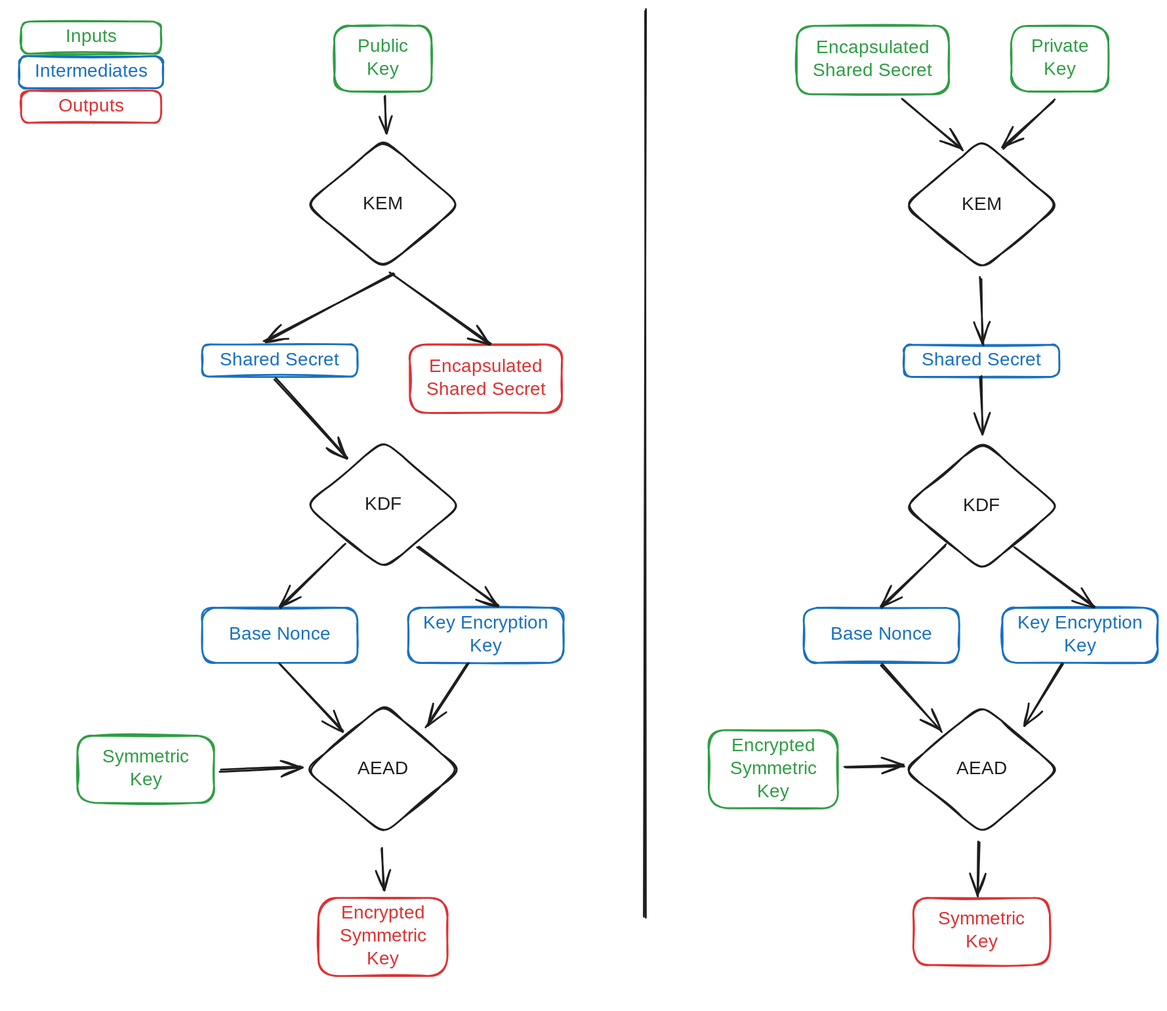
The Excalidraw diagram doc/media/RecordingControl/hpkeEncryption.excalidraw.svg in ocampana/specs, before a commit. Source tidied: one line per element, renumbered; positions are measured from the earlier drawing's top-left corner, leaving out a move shared by most shapes.
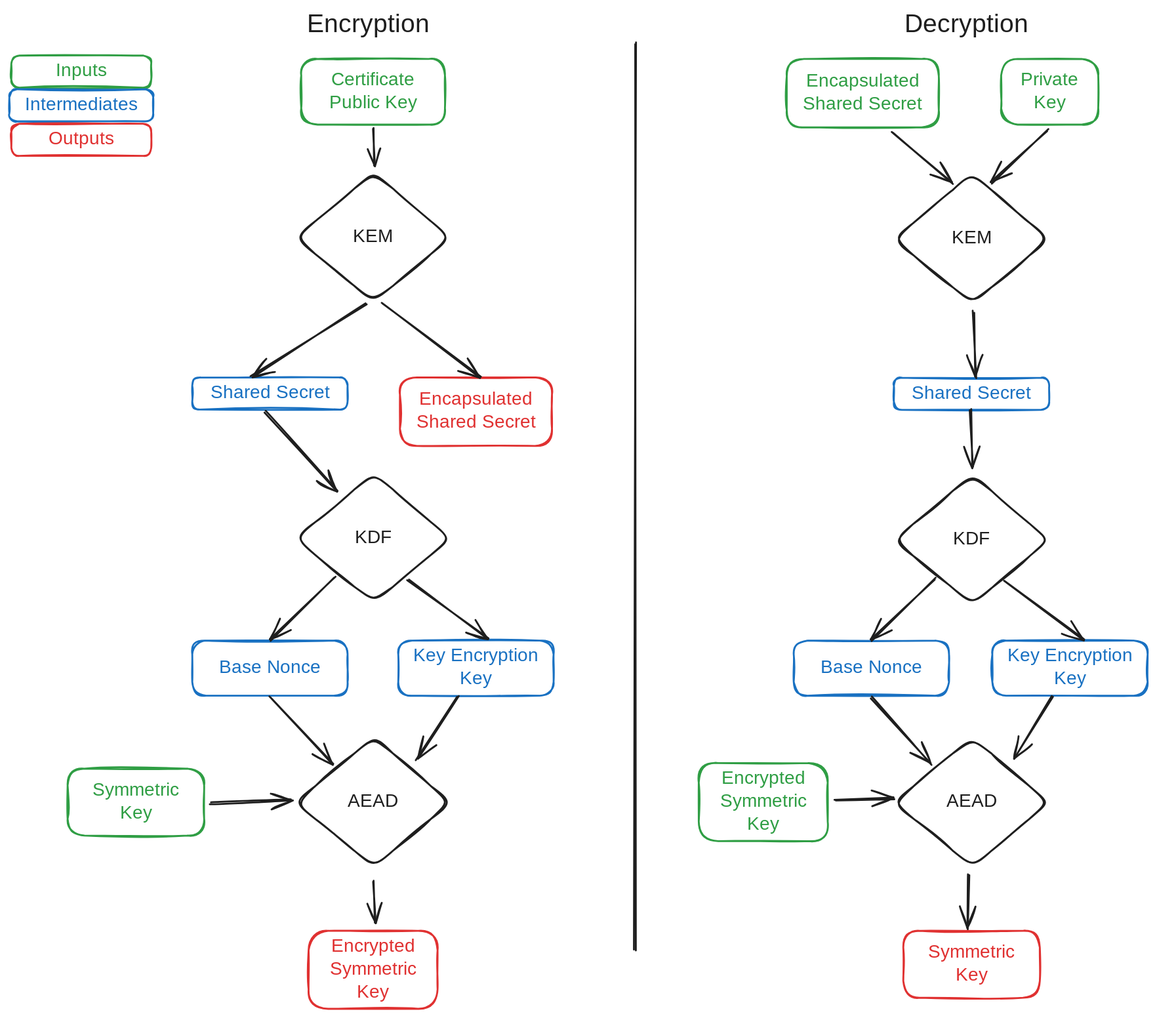
After the commit.

Commit message:
Clarifications on encryption diagram

Diff of the diagram source:
```diff
@@ -1,5 +1,5 @@
-{"id": 0, "type": "rectangle", "strokeColor": "#2f9e44", "strokeWidth": 2, "roughness": 1, "round": true, "x": 343, "y": 17, "width": 106, "height": 72}
+{"id": 0, "type": "rectangle", "strokeColor": "#2f9e44", "strokeWidth": 2, "roughness": 1, "round": true, "x": 318, "y": 17, "width": 157, "height": 72}
-{"id": 1, "type": "text", "text": "Public\nKey", "strokeColor": "#2f9e44", "strokeWidth": 2, "roughness": 1, "fontSize": 20, "fontFamily": 5, "textAlign": "center", "verticalAlign": "middle", "inside": 0, "x": 368, "y": 28, "width": 55, "height": 50}
+{"id": 1, "type": "text", "text": "Certificate\nPublic Key", "strokeColor": "#2f9e44", "strokeWidth": 2, "roughness": 1, "fontSize": 20, "fontFamily": 5, "textAlign": "center", "verticalAlign": "middle", "inside": 0, "x": 343, "y": 28, "width": 106, "height": 50}
 {"id": 2, "type": "rectangle", "strokeColor": "#e03131", "strokeWidth": 2, "roughness": 1, "round": true, "x": 425, "y": 364, "width": 166, "height": 75}
 {"id": 3, "type": "text", "text": "Encapsulated\nShared Secret", "strokeColor": "#e03131", "strokeWidth": 2, "roughness": 1, "fontSize": 20, "fontFamily": 5, "textAlign": "center", "verticalAlign": "middle", "inside": 2, "x": 440, "y": 376, "width": 137, "height": 50}
 {"id": 4, "type": "rectangle", "strokeColor": "#1971c2", "strokeWidth": 2, "roughness": 1, "round": true, "x": 199, "y": 364, "width": 169, "height": 35}
@@ -14,7 +14,7 @@
 {"id": 13, "type": "text", "text": "KEM", "strokeColor": "#1e1e1e", "strokeWidth": 2, "roughness": 1, "fontSize": 20, "fontFamily": 5, "textAlign": "center", "verticalAlign": "middle", "inside": 12, "x": 375, "y": 199, "width": 42, "height": 25}
 {"id": 14, "type": "diamond", "strokeColor": "#1e1e1e", "strokeWidth": 2, "roughness": 1, "round": true, "x": 312, "y": 468, "width": 169, "height": 141}
 {"id": 15, "type": "text", "text": "KDF", "strokeColor": "#1e1e1e", "strokeWidth": 2, "roughness": 1, "fontSize": 20, "fontFamily": 5, "textAlign": "center", "verticalAlign": "middle", "inside": 14, "x": 375, "y": 527, "width": 41, "height": 25}
-{"id": 16, "type": "arrow", "strokeColor": "#1e1e1e", "strokeWidth": 2, "roughness": 1, "endArrowhead": "arrow", "round": true, "from": 0, "to": 12, "x": 399, "y": 94, "width": 1, "height": 40, "points": [[0, 0], [1, 40]]}
+{"id": 16, "type": "arrow", "strokeColor": "#1e1e1e", "strokeWidth": 2, "roughness": 1, "endArrowhead": "arrow", "round": true, "from": 0, "to": 12, "x": 397, "y": 93, "width": 1, "height": 40, "points": [[0, 0], [1, 40]]}
 {"id": 17, "type": "arrow", "strokeColor": "#1e1e1e", "strokeWidth": 2, "roughness": 1, "endArrowhead": "arrow", "round": true, "from": 4, "to": 14, "x": 279, "y": 401, "width": 78, "height": 87, "points": [[0, 0], [78, 87]]}
 {"id": 18, "type": "rectangle", "strokeColor": "#1971c2", "strokeWidth": 2, "roughness": 1, "round": true, "x": 424, "y": 651, "width": 169, "height": 60}
 {"id": 19, "type": "text", "text": "Key Encryption\nKey", "strokeColor": "#1971c2", "strokeWidth": 2, "roughness": 1, "fontSize": 20, "fontFamily": 5, "textAlign": "center", "verticalAlign": "middle", "inside": 18, "x": 436, "y": 656, "width": 144, "height": 50}
@@ -24,32 +24,32 @@
 {"id": 23, "type": "arrow", "strokeColor": "#1e1e1e", "strokeWidth": 2, "roughness": 1, "endArrowhead": "arrow", "round": true, "from": 14, "to": 20, "x": 355, "y": 582, "width": 71, "height": 68, "points": [[0, 0], [-71, 68]]}
 {"id": 24, "type": "arrow", "strokeColor": "#1e1e1e", "strokeWidth": 2, "roughness": 1, "endArrowhead": "arrow", "round": true, "from": 18, "to": 10, "x": 488, "y": 711, "width": 45, "height": 69, "points": [[0, 0], [-45, 69]]}
 {"id": 25, "type": "arrow", "strokeColor": "#1e1e1e", "strokeWidth": 2, "roughness": 1, "endArrowhead": "arrow", "round": true, "from": 20, "to": 10, "x": 284, "y": 712, "width": 68, "height": 73, "points": [[0, 0], [68, 73]]}
-{"id": 26, "type": "arrow", "strokeColor": "#1e1e1e", "strokeWidth": 2, "roughness": 1, "endArrowhead": "arrow", "round": true, "from": 8, "to": 10, "x": 219, "y": 828, "width": 88, "height": 4, "points": [[0, 0], [88, -4]]}
+{"id": 26, "type": "arrow", "strokeColor": "#1e1e1e", "strokeWidth": 2, "roughness": 1, "endArrowhead": "arrow", "round": true, "from": 8, "to": 10, "x": 219, "y": 827, "width": 88, "height": 3, "points": [[0, 0], [88, -3]]}
-{"id": 27, "type": "arrow", "strokeColor": "#1e1e1e", "strokeWidth": 2, "roughness": 1, "endArrowhead": "arrow", "round": true, "from": 10, "to": 6, "x": 395, "y": 912, "width": 2, "height": 46, "points": [[0, 0], [2, 46]]}
+{"id": 27, "type": "arrow", "strokeColor": "#1e1e1e", "strokeWidth": 2, "roughness": 1, "endArrowhead": "arrow", "round": true, "from": 10, "to": 6, "x": 397, "y": 912, "width": 2, "height": 46, "points": [[0, 0], [2, 46]]}
-{"id": 28, "type": "arrow", "strokeColor": "#1e1e1e", "strokeWidth": 2, "roughness": 1, "endArrowhead": "arrow", "round": true, "from": 12, "to": 2, "x": 404, "y": 286, "width": 110, "height": 77, "points": [[0, 0], [110, 77]]}
+{"id": 28, "type": "arrow", "strokeColor": "#1e1e1e", "strokeWidth": 2, "roughness": 1, "endArrowhead": "arrow", "round": true, "from": 12, "to": 2, "x": 406, "y": 283, "width": 108, "height": 80, "points": [[0, 0], [108, 80]]}
-{"id": 29, "type": "arrow", "strokeColor": "#1e1e1e", "strokeWidth": 2, "roughness": 1, "endArrowhead": "arrow", "round": true, "from": 12, "to": 4, "x": 408, "y": 288, "width": 141, "height": 73, "points": [[0, 0], [-141, 73]]}
+{"id": 29, "type": "arrow", "strokeColor": "#1e1e1e", "strokeWidth": 2, "roughness": 1, "endArrowhead": "arrow", "round": true, "from": 12, "to": 4, "x": 389, "y": 284, "width": 125, "height": 79, "points": [[0, 0], [-125, 79]]}
 {"id": 30, "type": "line", "strokeColor": "#1e1e1e", "strokeWidth": 2, "roughness": 1, "round": true, "x": 682, "y": 0, "width": 0, "height": 988, "points": [[0, 0], [0, 988]]}
 {"id": 31, "type": "rectangle", "strokeColor": "#2f9e44", "strokeWidth": 2, "roughness": 1, "round": true, "x": 847, "y": 17, "width": 166, "height": 75}
 {"id": 32, "type": "text", "text": "Encapsulated\nShared Secret", "strokeColor": "#2f9e44", "strokeWidth": 2, "roughness": 1, "fontSize": 20, "fontFamily": 5, "textAlign": "center", "verticalAlign": "middle", "inside": 31, "x": 861, "y": 29, "width": 137, "height": 50}
 {"id": 33, "type": "rectangle", "strokeColor": "#2f9e44", "strokeWidth": 2, "roughness": 1, "round": true, "x": 1080, "y": 17, "width": 106, "height": 72}
 {"id": 34, "type": "text", "text": "Private\nKey", "strokeColor": "#2f9e44", "strokeWidth": 2, "roughness": 1, "fontSize": 20, "fontFamily": 5, "textAlign": "center", "verticalAlign": "middle", "inside": 33, "x": 1098, "y": 28, "width": 71, "height": 50}
-{"id": 35, "type": "diamond", "strokeColor": "#1e1e1e", "strokeWidth": 2, "roughness": 1, "round": true, "x": 964, "y": 141, "width": 169, "height": 141}
+{"id": 35, "type": "diamond", "strokeColor": "#1e1e1e", "strokeWidth": 2, "roughness": 1, "round": true, "x": 964, "y": 142, "width": 169, "height": 141}
 {"id": 36, "type": "text", "text": "KEM", "strokeColor": "#1e1e1e", "strokeWidth": 2, "roughness": 1, "fontSize": 20, "fontFamily": 5, "textAlign": "center", "verticalAlign": "middle", "inside": 35, "x": 1027, "y": 200, "width": 42, "height": 25}
-{"id": 37, "type": "arrow", "strokeColor": "#1e1e1e", "strokeWidth": 2, "roughness": 1, "endArrowhead": "arrow", "round": true, "from": 31, "to": 35, "x": 962, "y": 97, "width": 66, "height": 55, "points": [[0, 0], [66, 55]]}
+{"id": 37, "type": "arrow", "strokeColor": "#1e1e1e", "strokeWidth": 2, "roughness": 1, "endArrowhead": "arrow", "round": true, "from": 31, "to": 35, "x": 962, "y": 97, "width": 66, "height": 56, "points": [[0, 0], [66, 56]]}
-{"id": 38, "type": "arrow", "strokeColor": "#1e1e1e", "strokeWidth": 2, "roughness": 1, "endArrowhead": "arrow", "round": true, "from": 33, "to": 35, "x": 1127, "y": 98, "width": 55, "height": 53, "points": [[0, 0], [-55, 53]]}
+{"id": 38, "type": "arrow", "strokeColor": "#1e1e1e", "strokeWidth": 2, "roughness": 1, "endArrowhead": "arrow", "round": true, "from": 33, "to": 35, "x": 1132, "y": 94, "width": 61, "height": 58, "points": [[0, 0], [-61, 58]]}
 {"id": 39, "type": "rectangle", "strokeColor": "#1971c2", "strokeWidth": 2, "roughness": 1, "round": true, "x": 964, "y": 364, "width": 169, "height": 35}
 {"id": 40, "type": "text", "text": "Shared Secret", "strokeColor": "#1971c2", "strokeWidth": 2, "roughness": 1, "fontSize": 20, "fontFamily": 5, "textAlign": "center", "verticalAlign": "middle", "inside": 39, "x": 980, "y": 369, "width": 137, "height": 25}
-{"id": 41, "type": "arrow", "strokeColor": "#1e1e1e", "strokeWidth": 2, "roughness": 1, "endArrowhead": "arrow", "round": true, "from": 35, "to": 39, "x": 1047, "y": 291, "width": 3, "height": 73, "points": [[0, 0], [3, 73]]}
+{"id": 41, "type": "arrow", "strokeColor": "#1e1e1e", "strokeWidth": 2, "roughness": 1, "endArrowhead": "arrow", "round": true, "from": 35, "to": 39, "x": 1050, "y": 292, "width": 3, "height": 72, "points": [[0, 0], [3, 72]]}
 {"id": 42, "type": "diamond", "strokeColor": "#1e1e1e", "strokeWidth": 2, "roughness": 1, "round": true, "x": 964, "y": 756, "width": 169, "height": 141}
 {"id": 43, "type": "text", "text": "AEAD", "strokeColor": "#1e1e1e", "strokeWidth": 2, "roughness": 1, "fontSize": 20, "fontFamily": 5, "textAlign": "center", "verticalAlign": "middle", "inside": 42, "x": 1020, "y": 814, "width": 56, "height": 25}
-{"id": 44, "type": "diamond", "strokeColor": "#1e1e1e", "strokeWidth": 2, "roughness": 1, "round": true, "x": 964, "y": 469, "width": 169, "height": 141}
+{"id": 44, "type": "diamond", "strokeColor": "#1e1e1e", "strokeWidth": 2, "roughness": 1, "round": true, "x": 964, "y": 470, "width": 169, "height": 141}
-{"id": 45, "type": "text", "text": "KDF", "strokeColor": "#1e1e1e", "strokeWidth": 2, "roughness": 1, "fontSize": 20, "fontFamily": 5, "textAlign": "center", "verticalAlign": "middle", "inside": 44, "x": 1027, "y": 527, "width": 41, "height": 25}
+{"id": 45, "type": "text", "text": "KDF", "strokeColor": "#1e1e1e", "strokeWidth": 2, "roughness": 1, "fontSize": 20, "fontFamily": 5, "textAlign": "center", "verticalAlign": "middle", "inside": 44, "x": 1027, "y": 528, "width": 41, "height": 25}
 {"id": 46, "type": "rectangle", "strokeColor": "#1971c2", "strokeWidth": 2, "roughness": 1, "round": true, "x": 1071, "y": 651, "width": 169, "height": 60}
 {"id": 47, "type": "text", "text": "Key Encryption\nKey", "strokeColor": "#1971c2", "strokeWidth": 2, "roughness": 1, "fontSize": 20, "fontFamily": 5, "textAlign": "center", "verticalAlign": "middle", "inside": 46, "x": 1084, "y": 656, "width": 144, "height": 50}
 {"id": 48, "type": "rectangle", "strokeColor": "#1971c2", "strokeWidth": 2, "roughness": 1, "round": true, "x": 854, "y": 651, "width": 169, "height": 60}
 {"id": 49, "type": "text", "text": "Base Nonce", "strokeColor": "#1971c2", "strokeWidth": 2, "roughness": 1, "fontSize": 20, "fontFamily": 5, "textAlign": "center", "verticalAlign": "middle", "inside": 48, "x": 883, "y": 668, "width": 112, "height": 25}
-{"id": 50, "type": "arrow", "strokeColor": "#1e1e1e", "strokeWidth": 2, "roughness": 1, "endArrowhead": "arrow", "round": true, "from": 44, "to": 46, "x": 1084, "y": 585, "width": 86, "height": 66, "points": [[0, 0], [86, 66]]}
+{"id": 50, "type": "arrow", "strokeColor": "#1e1e1e", "strokeWidth": 2, "roughness": 1, "endArrowhead": "arrow", "round": true, "from": 44, "to": 46, "x": 1084, "y": 585, "width": 86, "height": 65, "points": [[0, 0], [86, 65]]}
-{"id": 51, "type": "arrow", "strokeColor": "#1e1e1e", "strokeWidth": 2, "roughness": 1, "endArrowhead": "arrow", "round": true, "from": 44, "to": 48, "x": 1008, "y": 582, "width": 69, "height": 68, "points": [[0, 0], [-69, 68]]}
+{"id": 51, "type": "arrow", "strokeColor": "#1e1e1e", "strokeWidth": 2, "roughness": 1, "endArrowhead": "arrow", "round": true, "from": 44, "to": 48, "x": 1008, "y": 583, "width": 69, "height": 67, "points": [[0, 0], [-69, 67]]}
 {"id": 52, "type": "arrow", "strokeColor": "#1e1e1e", "strokeWidth": 2, "roughness": 1, "endArrowhead": "arrow", "round": true, "from": 46, "to": 42, "x": 1137, "y": 711, "width": 42, "height": 68, "points": [[0, 0], [-42, 68]]}
 {"id": 53, "type": "arrow", "strokeColor": "#1e1e1e", "strokeWidth": 2, "roughness": 1, "endArrowhead": "arrow", "round": true, "from": 48, "to": 42, "x": 939, "y": 712, "width": 66, "height": 73, "points": [[0, 0], [66, 73]]}
 {"id": 54, "type": "arrow", "strokeColor": "#1e1e1e", "strokeWidth": 2, "roughness": 1, "endArrowhead": "arrow", "round": true, "from": 57, "to": 42, "x": 900, "y": 824, "width": 64, "height": 1, "points": [[0, 0], [64, -1]]}
@@ -59,9 +59,11 @@
 {"id": 58, "type": "text", "text": "Encrypted\nSymmetric\nKey", "strokeColor": "#2f9e44", "strokeWidth": 2, "roughness": 1, "fontSize": 20, "fontFamily": 5, "textAlign": "center", "verticalAlign": "middle", "inside": 57, "x": 772, "y": 789, "width": 98, "height": 75}
 {"id": 59, "type": "rectangle", "strokeColor": "#e03131", "strokeWidth": 2, "roughness": 1, "round": true, "x": 974, "y": 967, "width": 149, "height": 73}
 {"id": 60, "type": "text", "text": "Symmetric\nKey", "strokeColor": "#e03131", "strokeWidth": 2, "roughness": 1, "fontSize": 20, "fontFamily": 5, "textAlign": "center", "verticalAlign": "middle", "inside": 59, "x": 1001, "y": 978, "width": 95, "height": 50}
-{"id": 61, "type": "rectangle", "strokeColor": "#2f9e44", "strokeWidth": 2, "roughness": 1, "round": true, "x": 2, "y": 12, "width": 152, "height": 35}
+{"id": 61, "type": "rectangle", "strokeColor": "#2f9e44", "strokeWidth": 2, "roughness": 1, "round": true, "x": 2, "y": 13, "width": 152, "height": 35}
-{"id": 62, "type": "text", "text": "Inputs", "strokeColor": "#2f9e44", "strokeWidth": 2, "roughness": 1, "fontSize": 20, "fontFamily": 5, "textAlign": "center", "verticalAlign": "middle", "inside": 61, "x": 46, "y": 17, "width": 65, "height": 25}
+{"id": 62, "type": "text", "text": "Inputs", "strokeColor": "#2f9e44", "strokeWidth": 2, "roughness": 1, "fontSize": 20, "fontFamily": 5, "textAlign": "center", "verticalAlign": "middle", "inside": 61, "x": 46, "y": 18, "width": 65, "height": 25}
 {"id": 63, "type": "rectangle", "strokeColor": "#1971c2", "strokeWidth": 2, "roughness": 1, "round": true, "x": 0, "y": 50, "width": 157, "height": 35}
 {"id": 64, "type": "text", "text": "Intermediates", "strokeColor": "#1971c2", "strokeWidth": 2, "roughness": 1, "fontSize": 20, "fontFamily": 5, "textAlign": "center", "verticalAlign": "middle", "inside": 63, "x": 10, "y": 55, "width": 137, "height": 25}
 {"id": 65, "type": "rectangle", "strokeColor": "#e03131", "strokeWidth": 2, "roughness": 1, "round": true, "x": 2, "y": 88, "width": 152, "height": 35}
 {"id": 66, "type": "text", "text": "Outputs", "strokeColor": "#e03131", "strokeWidth": 2, "roughness": 1, "fontSize": 20, "fontFamily": 5, "textAlign": "center", "verticalAlign": "middle", "inside": 65, "x": 38, "y": 93, "width": 81, "height": 25}
+{"id": 67, "type": "text", "text": "Encryption", "strokeColor": "#1e1e1e", "strokeWidth": 2, "roughness": 1, "fontSize": 28, "fontFamily": 5, "x": 324, "y": -37, "width": 144, "height": 35}
+{"id": 68, "type": "text", "text": "Decryption", "strokeColor": "#1e1e1e", "strokeWidth": 2, "roughness": 1, "fontSize": 28, "fontFamily": 5, "x": 975, "y": -37, "width": 146, "height": 35}
```
